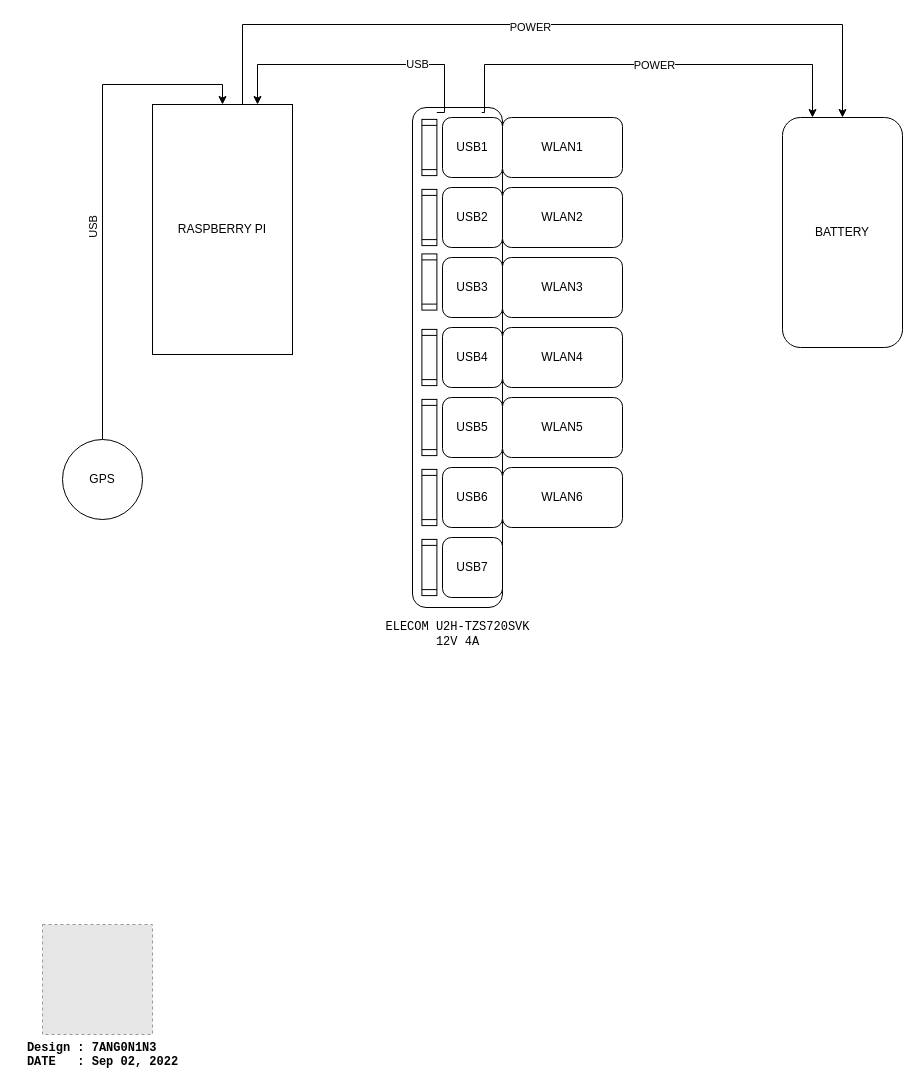
7ang0n1n3/wigle_warpig keeps this draw.io diagram as Diagrams/Warpig_diagram.drawio. Above is the earlier version. Source tidied: cells renumbered, new cells numbered last; positions are measured from the earlier drawing's top-left corner, leaving out a move shared by most shapes. Both pictures are drawn from the tidied source at 100%, with x=0, y=0 at pixel (17, 24). Pictures stored in the file or linked from it are replaced by grey dashed boxes.
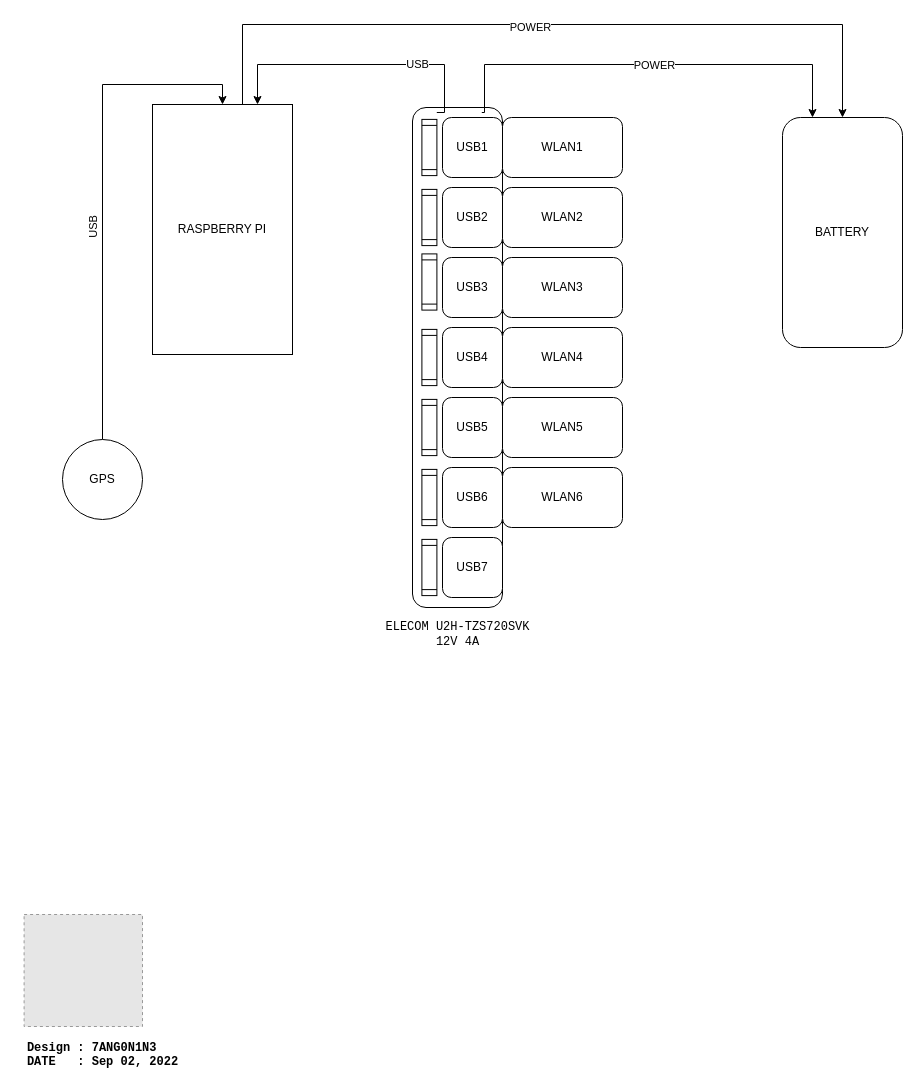
The same page after the edit.

Change to the diagram source:
```diff
@@
-    <mxCell id="36" style="fillColor=#E6E6E6;strokeColor=#999999;dashed=1;verticalLabelPosition=bottom;labelBackgroundColor=default;verticalAlign=top;" parent="1" vertex="1">
-      <mxGeometry x="25" y="900" width="110" height="110" as="geometry" />
-    </mxCell>
@@
+    <mxCell id="38" style="fillColor=#E6E6E6;strokeColor=#999999;dashed=1;verticalLabelPosition=bottom;labelBackgroundColor=default;verticalAlign=top;" parent="1" vertex="1">
+      <mxGeometry x="6.6" y="890" width="118.4" height="112" as="geometry" />
+    </mxCell>
```
